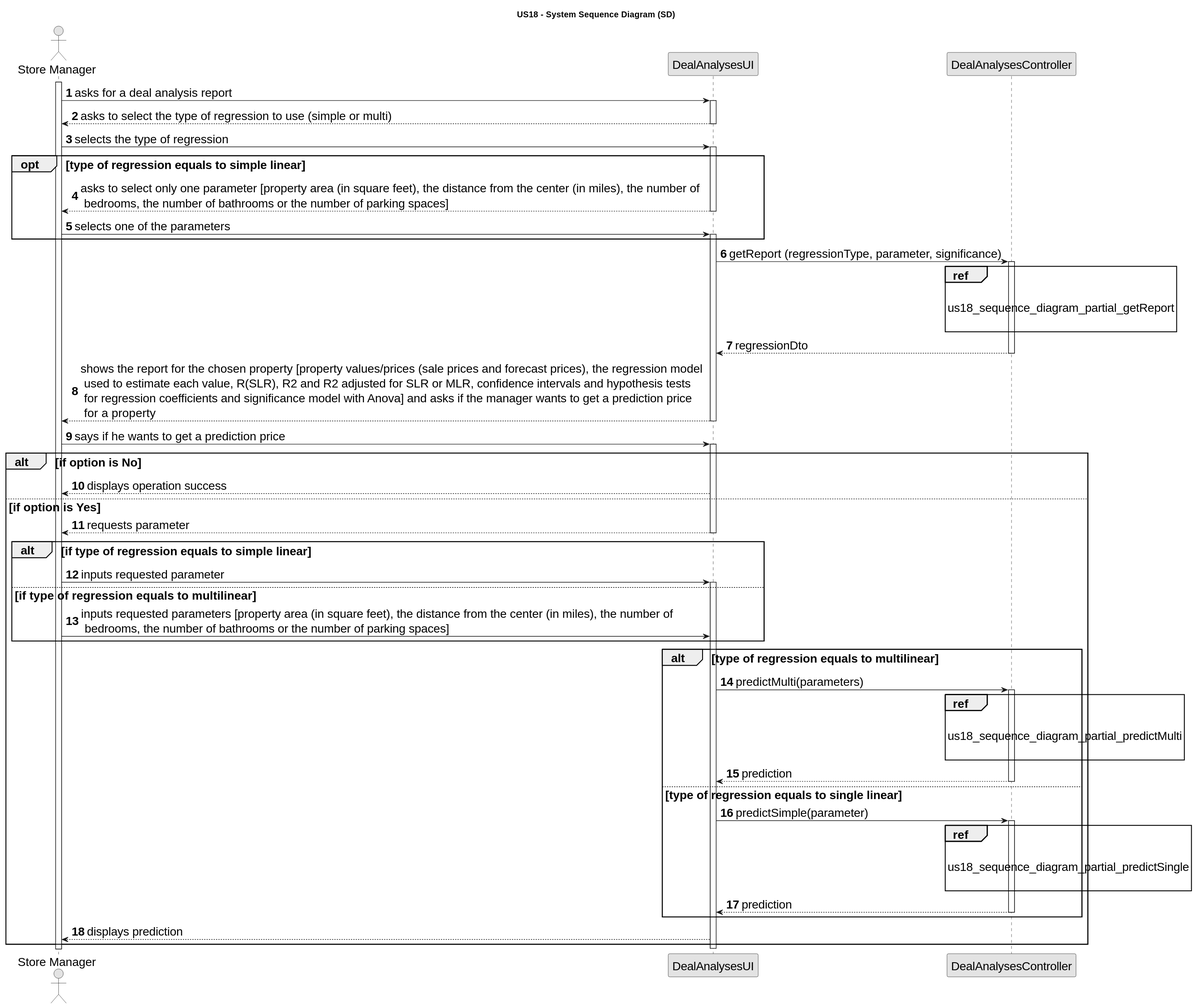
Before: docs/sprintD/US018/03.design/svg/us18-sequence-diagram-split.svg, a diagram exported from PlantUML (PureNimble/ISEP-LAPR2). Source of this version:
```plantuml
@startuml
skinparamlocked defaultFontSize 20
skinparam monochrome true
skinparam packageStyle rectangle
skinparam shadowing false

title US18 - System Sequence Diagram (SD)

autonumber

actor "Store Manager" as manager
participant "DealAnalysesUI" as ui
participant "DealAnalysesController" as controller

activate manager

    manager -> ui : asks for a deal analysis report
    activate ui

        ui --> manager : asks to select the type of regression to use (simple or multi)
    deactivate ui

    manager -> ui : selects the type of regression
    activate ui

    opt type of regression equals to simple linear

        ui --> manager : asks to select only one parameter [property area (in square feet), the distance from the center (in miles), the number of \n bedrooms, the number of bathrooms or the number of parking spaces]
        deactivate ui

        manager -> ui : selects one of the parameters
        activate ui
    end

    ui -> controller : getReport (regressionType, parameter, significance)
    activate controller
            ref over controller

                    us18_sequence_diagram_partial_getReport

            end ref
            controller --> ui : regressionDto
            deactivate controller


    ui --> manager : shows the report for the chosen property [property values/prices (sale prices and forecast prices), the regression model \n used to estimate each value, R(SLR), R2 and R2 adjusted for SLR or MLR, confidence intervals and hypothesis tests\n for regression coefficients and significance model with Anova] and asks if the manager wants to get a prediction price\n for a property
    deactivate ui
    manager -> ui : says if he wants to get a prediction price
    activate ui
    alt if option is No
        ui --> manager : displays operation success
    else if option is Yes
    ui --> manager : requests parameter
    deactivate ui


    alt if type of regression equals to simple linear
                manager -> ui : inputs requested parameter
                activate ui
    else if type of regression equals to  multilinear
                manager -> ui : inputs requested parameters [property area (in square feet), the distance from the center (in miles), the number of \n bedrooms, the number of bathrooms or the number of parking spaces]
                end
                alt type of regression equals to multilinear
                ui -> controller : predictMulti(parameters)
                activate controller
                ref over controller

                    us18_sequence_diagram_partial_predictMulti

                end ref
                controller --> ui : prediction
                deactivate controller

        else type of regression equals to single linear
            ui -> controller : predictSimple(parameter)
                activate controller
                ref over controller

                    us18_sequence_diagram_partial_predictSingle

                end ref
                controller --> ui : prediction
                deactivate controller
    end
        ui --> manager : displays prediction
end
deactivate ui
@enduml
```
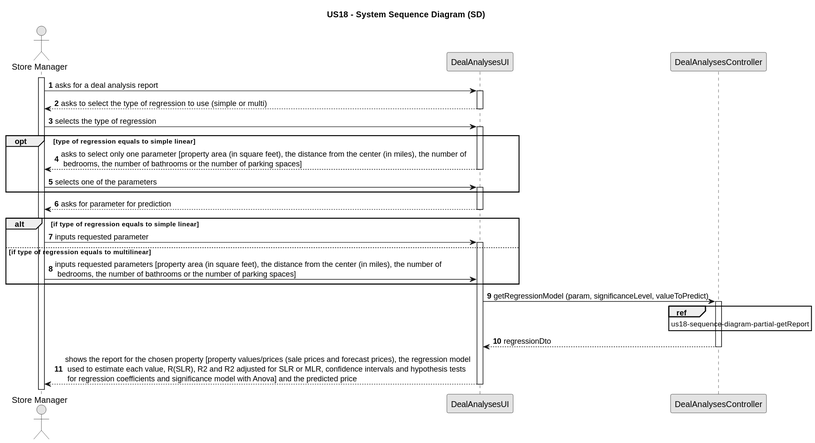
After the commit.

What changed in the source:
```diff
@@ -1,5 +1,9 @@
 @startuml
-skinparamlocked defaultFontSize 20
+skinparam monochrome true
+skinparam packageStyle rectangle
+skinparam shadowing false
+
+autonumber
 skinparam monochrome true
 skinparam packageStyle rectangle
 skinparam shadowing false
@@ -11,6 +15,7 @@
 actor "Store Manager" as manager
 participant "DealAnalysesUI" as ui
 participant "DealAnalysesController" as controller
+
 
 activate manager
 
@@ -31,58 +36,31 @@
         manager -> ui : selects one of the parameters
         activate ui
     end
-
-    ui -> controller : getReport (regressionType, parameter, significance)
-    activate controller
-            ref over controller
-
-                    us18_sequence_diagram_partial_getReport
-
-            end ref
-            controller --> ui : regressionDto
-            deactivate controller
-
-
-    ui --> manager : shows the report for the chosen property [property values/prices (sale prices and forecast prices), the regression model \n used to estimate each value, R(SLR), R2 and R2 adjusted for SLR or MLR, confidence intervals and hypothesis tests\n for regression coefficients and significance model with Anova] and asks if the manager wants to get a prediction price\n for a property
-    deactivate ui
-    manager -> ui : says if he wants to get a prediction price
-    activate ui
-    alt if option is No
-        ui --> manager : displays operation success
-    else if option is Yes
-    ui --> manager : requests parameter
-    deactivate ui
-
+        ui --> manager : asks for parameter for prediction
+        deactivate ui
 
     alt if type of regression equals to simple linear
                 manager -> ui : inputs requested parameter
                 activate ui
     else if type of regression equals to  multilinear
                 manager -> ui : inputs requested parameters [property area (in square feet), the distance from the center (in miles), the number of \n bedrooms, the number of bathrooms or the number of parking spaces]
-                end
-                alt type of regression equals to multilinear
-                ui -> controller : predictMulti(parameters)
-                activate controller
-                ref over controller
+    end
 
-                    us18_sequence_diagram_partial_predictMulti
+    ui -> controller : getRegressionModel (param, significanceLevel, valueToPredict)
+    activate controller
 
-                end ref
-                controller --> ui : prediction
-                deactivate controller
+            ref over controller
+                us18-sequence-diagram-partial-getReport
+            end ref
 
-        else type of regression equals to single linear
-            ui -> controller : predictSimple(parameter)
-                activate controller
-                ref over controller
+            controller --> ui : regressionDto
+            deactivate controller
 
-                    us18_sequence_diagram_partial_predictSingle
 
-                end ref
-                controller --> ui : prediction
-                deactivate controller
-    end
-        ui --> manager : displays prediction
-end
+    ui --> manager : shows the report for the chosen property [property values/prices (sale prices and forecast prices), the regression model \n used to estimate each value, R(SLR), R2 and R2 adjusted for SLR or MLR, confidence intervals and hypothesis tests\n for regression coefficients and significance model with Anova] and the predicted price
+    deactivate ui
+
 deactivate ui
+
+
 @enduml
```
